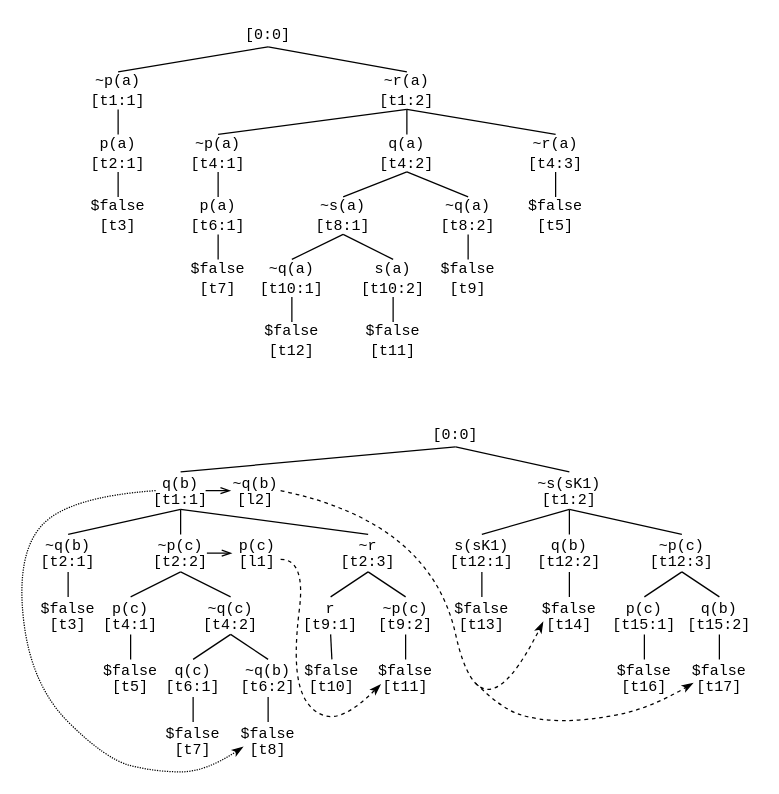
Before: Tableau.drawio in GeoffsPapers/TPTPTableauFormat, a draw.io diagram. Source tidied: cells renumbered, new cells numbered last; positions are measured from the earlier drawing's top-left corner, leaving out a move shared by most shapes. Both pictures are drawn from the tidied source at 125%, with x=0, y=0 at pixel (15, 21).
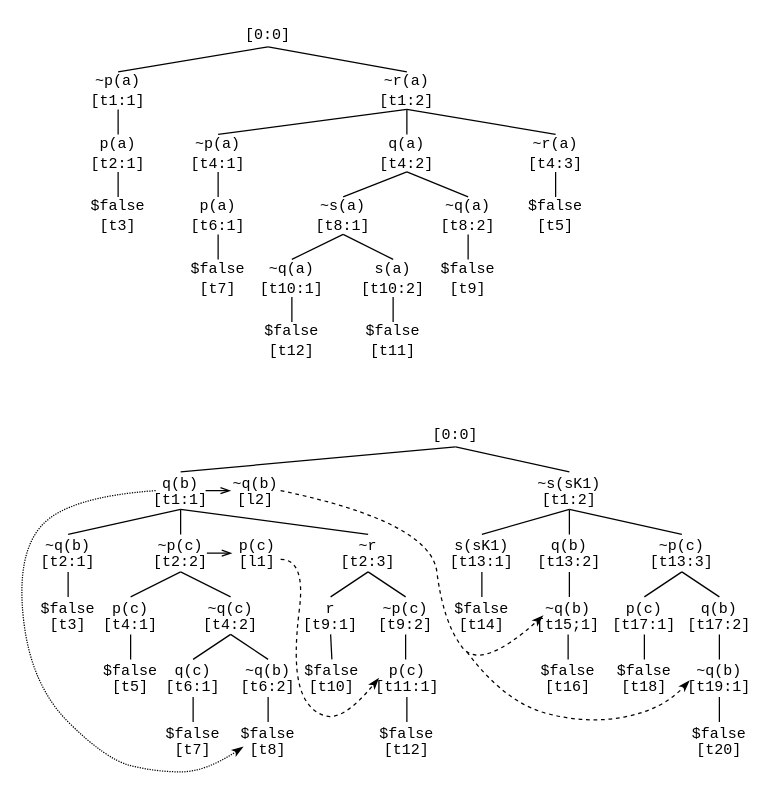
After the change.

The change refers to these unchanged cells:
```xml
<mxCell id="71" value="&lt;div style=&quot;line-height: 100%;&quot;&gt;&lt;span style=&quot;background-color: transparent; color: light-dark(rgb(0, 0, 0), rgb(255, 255, 255)); font-family: &amp;quot;Courier New&amp;quot;;&quot;&gt;~q(b)&lt;/span&gt;&lt;/div&gt;&lt;div style=&quot;line-height: 100%;&quot;&gt;&lt;span style=&quot;font-family: &amp;quot;Courier New&amp;quot;; background-color: transparent; color: light-dark(rgb(0, 0, 0), rgb(255, 255, 255));&quot;&gt;[l2]&lt;/span&gt;&lt;/div&gt;" style="text;strokeColor=none;align=center;fillColor=none;html=1;verticalAlign=middle;whiteSpace=wrap;rounded=0;spacing=2;" parent="1" vertex="1">
  <mxGeometry x="172" y="360" width="40" height="30" as="geometry" />
</mxCell>
```

The edit, as a diff of the source:
```diff
@@
-    <mxCell id="69" value="&lt;div style=&quot;line-height: 100%;&quot;&gt;&lt;font face=&quot;Courier New&quot;&gt;$false&lt;/font&gt;&lt;br&gt;&lt;div&gt;&lt;span style=&quot;font-family: &amp;quot;Courier New&amp;quot;; background-color: transparent; color: light-dark(rgb(0, 0, 0), rgb(255, 255, 255));&quot;&gt;[t11]&lt;/span&gt;&lt;/div&gt;&lt;/div&gt;" style="text;strokeColor=none;align=center;fillColor=none;html=1;verticalAlign=middle;whiteSpace=wrap;rounded=0;" parent="1" vertex="1">
-      <mxGeometry x="282" y="510" width="60" height="30" as="geometry" />
+    <mxCell id="69" value="&lt;div style=&quot;line-height: 100%;&quot;&gt;&lt;font face=&quot;Courier New&quot;&gt;$false&lt;/font&gt;&lt;br&gt;&lt;div&gt;&lt;span style=&quot;font-family: &amp;quot;Courier New&amp;quot;; background-color: transparent; color: light-dark(rgb(0, 0, 0), rgb(255, 255, 255));&quot;&gt;[t12]&lt;/span&gt;&lt;/div&gt;&lt;/div&gt;" style="text;strokeColor=none;align=center;fillColor=none;html=1;verticalAlign=middle;whiteSpace=wrap;rounded=0;" parent="1" vertex="1">
+      <mxGeometry x="283" y="560" width="60" height="30" as="geometry" />
     </mxCell>
@@
-    <mxCell id="72" value="&lt;div style=&quot;line-height: 100%;&quot;&gt;&lt;font face=&quot;Courier New&quot;&gt;s(sK1)&lt;/font&gt;&lt;br&gt;&lt;div&gt;&lt;div&gt;&lt;span style=&quot;font-family: &amp;quot;Courier New&amp;quot;; background-color: transparent; color: light-dark(rgb(0, 0, 0), rgb(255, 255, 255));&quot;&gt;[t12:1]&lt;/span&gt;&lt;/div&gt;&lt;/div&gt;&lt;/div&gt;" style="text;strokeColor=none;align=center;fillColor=none;html=1;verticalAlign=middle;whiteSpace=wrap;rounded=0;" parent="1" vertex="1">
+    <mxCell id="72" value="&lt;div style=&quot;line-height: 100%;&quot;&gt;&lt;font face=&quot;Courier New&quot;&gt;s(sK1)&lt;/font&gt;&lt;br&gt;&lt;div&gt;&lt;div&gt;&lt;span style=&quot;font-family: &amp;quot;Courier New&amp;quot;; background-color: transparent; color: light-dark(rgb(0, 0, 0), rgb(255, 255, 255));&quot;&gt;[t13:1]&lt;/span&gt;&lt;/div&gt;&lt;/div&gt;&lt;/div&gt;" style="text;strokeColor=none;align=center;fillColor=none;html=1;verticalAlign=middle;whiteSpace=wrap;rounded=0;" parent="1" vertex="1">
       <mxGeometry x="343" y="410" width="60" height="30" as="geometry" />
     </mxCell>
-    <mxCell id="73" value="&lt;div style=&quot;line-height: 100%;&quot;&gt;&lt;font face=&quot;Courier New&quot;&gt;$false&lt;/font&gt;&lt;br&gt;&lt;div&gt;&lt;span style=&quot;font-family: &amp;quot;Courier New&amp;quot;; background-color: transparent; color: light-dark(rgb(0, 0, 0), rgb(255, 255, 255));&quot;&gt;[t13&lt;/span&gt;&lt;span style=&quot;background-color: transparent; color: light-dark(rgb(0, 0, 0), rgb(255, 255, 255)); font-family: &amp;quot;Courier New&amp;quot;;&quot;&gt;]&lt;/span&gt;&lt;/div&gt;&lt;/div&gt;" style="text;strokeColor=none;align=center;fillColor=none;html=1;verticalAlign=middle;whiteSpace=wrap;rounded=0;" parent="1" vertex="1">
+    <mxCell id="73" value="&lt;div style=&quot;line-height: 100%;&quot;&gt;&lt;font face=&quot;Courier New&quot;&gt;$false&lt;/font&gt;&lt;br&gt;&lt;div&gt;&lt;span style=&quot;font-family: &amp;quot;Courier New&amp;quot;; background-color: transparent; color: light-dark(rgb(0, 0, 0), rgb(255, 255, 255));&quot;&gt;[t14&lt;/span&gt;&lt;span style=&quot;background-color: transparent; color: light-dark(rgb(0, 0, 0), rgb(255, 255, 255)); font-family: &amp;quot;Courier New&amp;quot;;&quot;&gt;]&lt;/span&gt;&lt;/div&gt;&lt;/div&gt;" style="text;strokeColor=none;align=center;fillColor=none;html=1;verticalAlign=middle;whiteSpace=wrap;rounded=0;" parent="1" vertex="1">
       <mxGeometry x="343" y="460" width="60" height="30" as="geometry" />
     </mxCell>
@@
-    <mxCell id="76" value="&lt;div style=&quot;line-height: 100%;&quot;&gt;&lt;font face=&quot;Courier New&quot;&gt;q(b)&lt;/font&gt;&lt;div&gt;&lt;div&gt;&lt;span style=&quot;font-family: &amp;quot;Courier New&amp;quot;; background-color: transparent; color: light-dark(rgb(0, 0, 0), rgb(255, 255, 255));&quot;&gt;[t12:2]&lt;/span&gt;&lt;/div&gt;&lt;/div&gt;&lt;/div&gt;" style="text;strokeColor=none;align=center;fillColor=none;html=1;verticalAlign=middle;whiteSpace=wrap;rounded=0;" parent="1" vertex="1">
+    <mxCell id="76" value="&lt;div style=&quot;line-height: 100%;&quot;&gt;&lt;font face=&quot;Courier New&quot;&gt;q(b)&lt;/font&gt;&lt;div&gt;&lt;div&gt;&lt;span style=&quot;font-family: &amp;quot;Courier New&amp;quot;; background-color: transparent; color: light-dark(rgb(0, 0, 0), rgb(255, 255, 255));&quot;&gt;[t13:2]&lt;/span&gt;&lt;/div&gt;&lt;/div&gt;&lt;/div&gt;" style="text;strokeColor=none;align=center;fillColor=none;html=1;verticalAlign=middle;whiteSpace=wrap;rounded=0;" parent="1" vertex="1">
       <mxGeometry x="413" y="410" width="60" height="30" as="geometry" />
     </mxCell>
@@
-    <mxCell id="79" value="&lt;div style=&quot;line-height: 100%;&quot;&gt;&lt;font face=&quot;Courier New&quot;&gt;$false&lt;/font&gt;&lt;br&gt;&lt;div&gt;&lt;span style=&quot;font-family: &amp;quot;Courier New&amp;quot;; background-color: transparent; color: light-dark(rgb(0, 0, 0), rgb(255, 255, 255));&quot;&gt;[t14]&lt;/span&gt;&lt;/div&gt;&lt;/div&gt;" style="text;strokeColor=none;align=center;fillColor=none;html=1;verticalAlign=middle;whiteSpace=wrap;rounded=0;" parent="1" vertex="1">
-      <mxGeometry x="413" y="460" width="60" height="30" as="geometry" />
+    <mxCell id="79" value="&lt;div style=&quot;line-height: 100%;&quot;&gt;&lt;font face=&quot;Courier New&quot;&gt;$false&lt;/font&gt;&lt;br&gt;&lt;div&gt;&lt;span style=&quot;font-family: &amp;quot;Courier New&amp;quot;; background-color: transparent; color: light-dark(rgb(0, 0, 0), rgb(255, 255, 255));&quot;&gt;[t16]&lt;/span&gt;&lt;/div&gt;&lt;/div&gt;" style="text;strokeColor=none;align=center;fillColor=none;html=1;verticalAlign=middle;whiteSpace=wrap;rounded=0;" parent="1" vertex="1">
+      <mxGeometry x="412" y="510" width="60" height="30" as="geometry" />
     </mxCell>
-    <mxCell id="80" value="&lt;div style=&quot;line-height: 100%;&quot;&gt;&lt;font face=&quot;Courier New&quot;&gt;~p(c)&lt;/font&gt;&lt;br&gt;&lt;div&gt;&lt;span style=&quot;font-family: &amp;quot;Courier New&amp;quot;; background-color: transparent; color: light-dark(rgb(0, 0, 0), rgb(255, 255, 255));&quot;&gt;[t12:3]&lt;/span&gt;&lt;/div&gt;&lt;/div&gt;" style="text;strokeColor=none;align=center;fillColor=none;html=1;verticalAlign=middle;whiteSpace=wrap;rounded=0;" parent="1" vertex="1">
+    <mxCell id="80" value="&lt;div style=&quot;line-height: 100%;&quot;&gt;&lt;font face=&quot;Courier New&quot;&gt;~p(c)&lt;/font&gt;&lt;br&gt;&lt;div&gt;&lt;span style=&quot;font-family: &amp;quot;Courier New&amp;quot;; background-color: transparent; color: light-dark(rgb(0, 0, 0), rgb(255, 255, 255));&quot;&gt;[t13:3]&lt;/span&gt;&lt;/div&gt;&lt;/div&gt;" style="text;strokeColor=none;align=center;fillColor=none;html=1;verticalAlign=middle;whiteSpace=wrap;rounded=0;" parent="1" vertex="1">
       <mxGeometry x="503" y="410" width="60" height="30" as="geometry" />
     </mxCell>
@@
-    <mxCell id="82" value="&lt;div style=&quot;line-height: 100%;&quot;&gt;&lt;div&gt;&lt;span style=&quot;font-family: &amp;quot;Courier New&amp;quot;; background-color: transparent; color: light-dark(rgb(0, 0, 0), rgb(255, 255, 255));&quot;&gt;p(c)&lt;/span&gt;&lt;/div&gt;&lt;div&gt;&lt;span style=&quot;font-family: &amp;quot;Courier New&amp;quot;; background-color: transparent; color: light-dark(rgb(0, 0, 0), rgb(255, 255, 255));&quot;&gt;[t15:1]&lt;/span&gt;&lt;/div&gt;&lt;/div&gt;" style="text;strokeColor=none;align=center;fillColor=none;html=1;verticalAlign=middle;whiteSpace=wrap;rounded=0;" parent="1" vertex="1">
+    <mxCell id="82" value="&lt;div style=&quot;line-height: 100%;&quot;&gt;&lt;div&gt;&lt;span style=&quot;font-family: &amp;quot;Courier New&amp;quot;; background-color: transparent; color: light-dark(rgb(0, 0, 0), rgb(255, 255, 255));&quot;&gt;p(c)&lt;/span&gt;&lt;/div&gt;&lt;div&gt;&lt;span style=&quot;font-family: &amp;quot;Courier New&amp;quot;; background-color: transparent; color: light-dark(rgb(0, 0, 0), rgb(255, 255, 255));&quot;&gt;[t17:1]&lt;/span&gt;&lt;/div&gt;&lt;/div&gt;" style="text;strokeColor=none;align=center;fillColor=none;html=1;verticalAlign=middle;whiteSpace=wrap;rounded=0;" parent="1" vertex="1">
       <mxGeometry x="473" y="460" width="60" height="30" as="geometry" />
     </mxCell>
-    <mxCell id="83" value="&lt;div style=&quot;line-height: 100%;&quot;&gt;&lt;font face=&quot;Courier New&quot;&gt;q(b)&lt;/font&gt;&lt;div&gt;&lt;div&gt;&lt;span style=&quot;font-family: &amp;quot;Courier New&amp;quot;; background-color: transparent; color: light-dark(rgb(0, 0, 0), rgb(255, 255, 255));&quot;&gt;[t15:2]&lt;/span&gt;&lt;/div&gt;&lt;/div&gt;&lt;/div&gt;" style="text;strokeColor=none;align=center;fillColor=none;html=1;verticalAlign=middle;whiteSpace=wrap;rounded=0;" parent="1" vertex="1">
+    <mxCell id="83" value="&lt;div style=&quot;line-height: 100%;&quot;&gt;&lt;font face=&quot;Courier New&quot;&gt;q(b)&lt;/font&gt;&lt;div&gt;&lt;div&gt;&lt;span style=&quot;font-family: &amp;quot;Courier New&amp;quot;; background-color: transparent; color: light-dark(rgb(0, 0, 0), rgb(255, 255, 255));&quot;&gt;[t17:2]&lt;/span&gt;&lt;/div&gt;&lt;/div&gt;&lt;/div&gt;" style="text;strokeColor=none;align=center;fillColor=none;html=1;verticalAlign=middle;whiteSpace=wrap;rounded=0;" parent="1" vertex="1">
       <mxGeometry x="533" y="460" width="60" height="30" as="geometry" />
     </mxCell>
@@
-    <mxCell id="86" value="&lt;div style=&quot;line-height: 100%;&quot;&gt;&lt;font face=&quot;Courier New&quot;&gt;$false&lt;/font&gt;&lt;br&gt;&lt;div&gt;&lt;span style=&quot;font-family: &amp;quot;Courier New&amp;quot;; background-color: transparent; color: light-dark(rgb(0, 0, 0), rgb(255, 255, 255));&quot;&gt;[t16]&lt;/span&gt;&lt;/div&gt;&lt;/div&gt;" style="text;strokeColor=none;align=center;fillColor=none;html=1;verticalAlign=middle;whiteSpace=wrap;rounded=0;" parent="1" vertex="1">
+    <mxCell id="86" value="&lt;div style=&quot;line-height: 100%;&quot;&gt;&lt;font face=&quot;Courier New&quot;&gt;$false&lt;/font&gt;&lt;br&gt;&lt;div&gt;&lt;span style=&quot;font-family: &amp;quot;Courier New&amp;quot;; background-color: transparent; color: light-dark(rgb(0, 0, 0), rgb(255, 255, 255));&quot;&gt;[t18]&lt;/span&gt;&lt;/div&gt;&lt;/div&gt;" style="text;strokeColor=none;align=center;fillColor=none;html=1;verticalAlign=middle;whiteSpace=wrap;rounded=0;" parent="1" vertex="1">
       <mxGeometry x="473" y="510" width="60" height="30" as="geometry" />
     </mxCell>
@@
-    <mxCell id="89" value="&lt;div style=&quot;line-height: 100%;&quot;&gt;&lt;font face=&quot;Courier New&quot;&gt;$false&lt;/font&gt;&lt;br&gt;&lt;div&gt;&lt;span style=&quot;font-family: &amp;quot;Courier New&amp;quot;; background-color: transparent; color: light-dark(rgb(0, 0, 0), rgb(255, 255, 255));&quot;&gt;[t17]&lt;/span&gt;&lt;/div&gt;&lt;/div&gt;" style="text;strokeColor=none;align=center;fillColor=none;html=1;verticalAlign=middle;whiteSpace=wrap;rounded=0;" parent="1" vertex="1">
-      <mxGeometry x="533" y="510" width="60" height="30" as="geometry" />
+    <mxCell id="89" value="&lt;div style=&quot;line-height: 100%;&quot;&gt;&lt;font face=&quot;Courier New&quot;&gt;$false&lt;/font&gt;&lt;br&gt;&lt;div&gt;&lt;span style=&quot;font-family: &amp;quot;Courier New&amp;quot;; background-color: transparent; color: light-dark(rgb(0, 0, 0), rgb(255, 255, 255));&quot;&gt;[t20]&lt;/span&gt;&lt;/div&gt;&lt;/div&gt;" style="text;strokeColor=none;align=center;fillColor=none;html=1;verticalAlign=middle;whiteSpace=wrap;rounded=0;" parent="1" vertex="1">
+      <mxGeometry x="533" y="560" width="60" height="30" as="geometry" />
     </mxCell>
@@
-    <mxCell id="94" style="endArrow=classicThin;html=1;rounded=0;exitX=1;exitY=0.5;exitDx=0;exitDy=0;entryX=0.15;entryY=0.667;entryDx=0;entryDy=0;dashed=1;endFill=1;curved=1;entryPerimeter=0;" parent="1" edge="1" source="71" target="79">
+    <mxCell id="94" style="endArrow=classicThin;html=1;rounded=0;exitX=1;exitY=0.5;exitDx=0;exitDy=0;entryX=0;entryY=0.5;entryDx=0;entryDy=0;dashed=1;endFill=1;curved=1;" parent="1" edge="1" source="71" target="98">
       <mxGeometry relative="1" as="geometry">
         <Array as="points">
           <mxPoint x="332" y="400" />
-          <mxPoint x="372" y="580" />
+          <mxPoint x="342" y="480" />
+          <mxPoint x="372" y="520" />
         </Array>
       </mxGeometry>
     </mxCell>
-    <mxCell id="95" style="curved=1;endArrow=classicThin;html=1;rounded=0;dashed=1;endFill=1;entryX=0.167;entryY=0.667;entryDx=0;entryDy=0;entryPerimeter=0;" parent="1" edge="1" target="69">
+    <mxCell id="95" style="curved=1;endArrow=classicThin;html=1;rounded=0;dashed=1;endFill=1;entryX=0;entryY=0.5;entryDx=0;entryDy=0;" parent="1" edge="1" target="102">
       <mxGeometry relative="1" as="geometry">
         <mxPoint x="212" y="430" as="sourcePoint" />
         <Array as="points">
           <mxPoint x="232" y="430" />
           <mxPoint x="222" y="510" />
           <mxPoint x="232" y="550" />
           <mxPoint x="262" y="560" />
         </Array>
       </mxGeometry>
     </mxCell>
@@
-    <mxCell id="97" style="curved=1;endArrow=classicThin;html=1;rounded=0;dashed=1;endFill=1;" parent="1" edge="1">
+    <mxCell id="97" style="curved=1;endArrow=classicThin;html=1;rounded=0;dashed=1;endFill=1;entryX=0;entryY=0.5;entryDx=0;entryDy=0;" parent="1" edge="1">
       <mxGeometry relative="1" as="geometry">
-        <mxPoint x="368" y="529" as="sourcePoint" />
-        <mxPoint x="542" y="529" as="targetPoint" />
+        <mxPoint x="361" y="504" as="sourcePoint" />
+        <mxPoint x="539" y="527" as="targetPoint" />
         <Array as="points">
-          <mxPoint x="388" y="549" />
-          <mxPoint x="418" y="559" />
-          <mxPoint x="458" y="559" />
-          <mxPoint x="508" y="549" />
+          <mxPoint x="391" y="544" />
+          <mxPoint x="457" y="562" />
+          <mxPoint x="518" y="550" />
         </Array>
       </mxGeometry>
     </mxCell>
+    <mxCell id="98" value="&lt;div style=&quot;line-height: 100%;&quot;&gt;&lt;span style=&quot;background-color: transparent; color: light-dark(rgb(0, 0, 0), rgb(255, 255, 255)); font-family: &amp;quot;Courier New&amp;quot;;&quot;&gt;~q(b)&lt;/span&gt;&lt;/div&gt;&lt;div style=&quot;line-height: 100%;&quot;&gt;&lt;span style=&quot;font-family: &amp;quot;Courier New&amp;quot;; background-color: transparent; color: light-dark(rgb(0, 0, 0), rgb(255, 255, 255));&quot;&gt;[t15;1]&lt;/span&gt;&lt;/div&gt;" style="text;strokeColor=none;align=center;fillColor=none;html=1;verticalAlign=middle;whiteSpace=wrap;rounded=0;spacing=2;" parent="1" vertex="1">
+      <mxGeometry x="422" y="460" width="40" height="30" as="geometry" />
+    </mxCell>
+    <mxCell id="99" value="&lt;div style=&quot;line-height: 100%;&quot;&gt;&lt;span style=&quot;background-color: transparent; color: light-dark(rgb(0, 0, 0), rgb(255, 255, 255)); font-family: &amp;quot;Courier New&amp;quot;;&quot;&gt;~q(b)&lt;/span&gt;&lt;/div&gt;&lt;div style=&quot;line-height: 100%;&quot;&gt;&lt;span style=&quot;font-family: &amp;quot;Courier New&amp;quot;; background-color: transparent; color: light-dark(rgb(0, 0, 0), rgb(255, 255, 255));&quot;&gt;[t19:1]&lt;/span&gt;&lt;/div&gt;" style="text;strokeColor=none;align=center;fillColor=none;html=1;verticalAlign=middle;whiteSpace=wrap;rounded=0;spacing=2;" parent="1" vertex="1">
+      <mxGeometry x="543" y="510" width="40" height="30" as="geometry" />
+    </mxCell>
+    <mxCell id="100" style="endArrow=none;html=1;rounded=0;entryX=0.5;entryY=1;entryDx=0;entryDy=0;" parent="1" edge="1" source="79" target="98">
+      <mxGeometry relative="1" as="geometry" />
+    </mxCell>
+    <mxCell id="101" style="endArrow=none;html=1;rounded=0;entryX=0.5;entryY=1;entryDx=0;entryDy=0;exitX=0.5;exitY=0;exitDx=0;exitDy=0;" parent="1" edge="1" source="89" target="99">
+      <mxGeometry relative="1" as="geometry" />
+    </mxCell>
+    <mxCell id="102" value="&lt;div style=&quot;line-height: 100%;&quot;&gt;&lt;span style=&quot;font-family: &amp;quot;Courier New&amp;quot;; background-color: transparent; color: light-dark(rgb(0, 0, 0), rgb(255, 255, 255));&quot;&gt;p(c)&lt;/span&gt;&lt;/div&gt;&lt;div style=&quot;line-height: 100%;&quot;&gt;&lt;span style=&quot;font-family: &amp;quot;Courier New&amp;quot;; background-color: transparent; color: light-dark(rgb(0, 0, 0), rgb(255, 255, 255));&quot;&gt;[t11:1]&lt;/span&gt;&lt;/div&gt;" style="text;strokeColor=none;align=center;fillColor=none;html=1;verticalAlign=middle;whiteSpace=wrap;rounded=0;spacing=2;" parent="1" vertex="1">
+      <mxGeometry x="290.5" y="510" width="45" height="30" as="geometry" />
+    </mxCell>
+    <mxCell id="103" style="endArrow=none;html=1;rounded=0;entryX=0.5;entryY=1;entryDx=0;entryDy=0;exitX=0.5;exitY=0;exitDx=0;exitDy=0;" parent="1" edge="1" source="69" target="102">
+      <mxGeometry relative="1" as="geometry" />
+    </mxCell>
```
